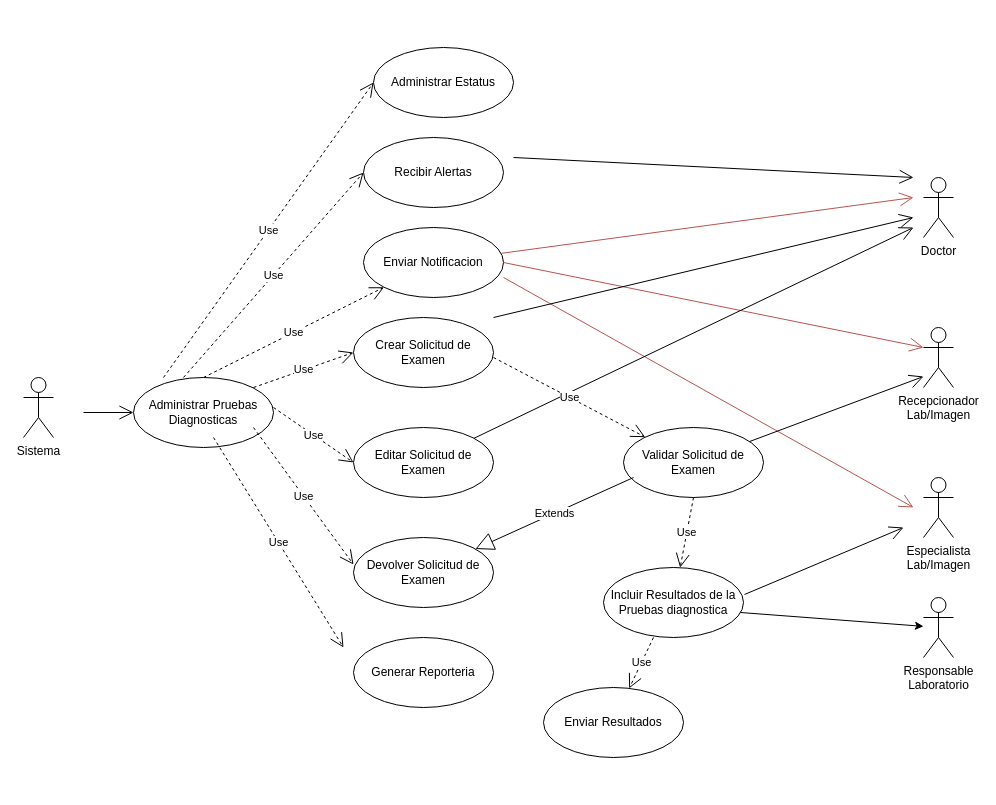
marguello86/Equipo1_MINSA keeps this draw.io diagram as page 4 of 8 of Casos de uso SNH.drawio. Above is the earlier version. Source tidied: cells renumbered, new cells numbered last; positions are measured from the earlier drawing's top-left corner, leaving out a move shared by most shapes. Both pictures are drawn from the tidied source at 100%, with x=0, y=0 at pixel (23, 47).
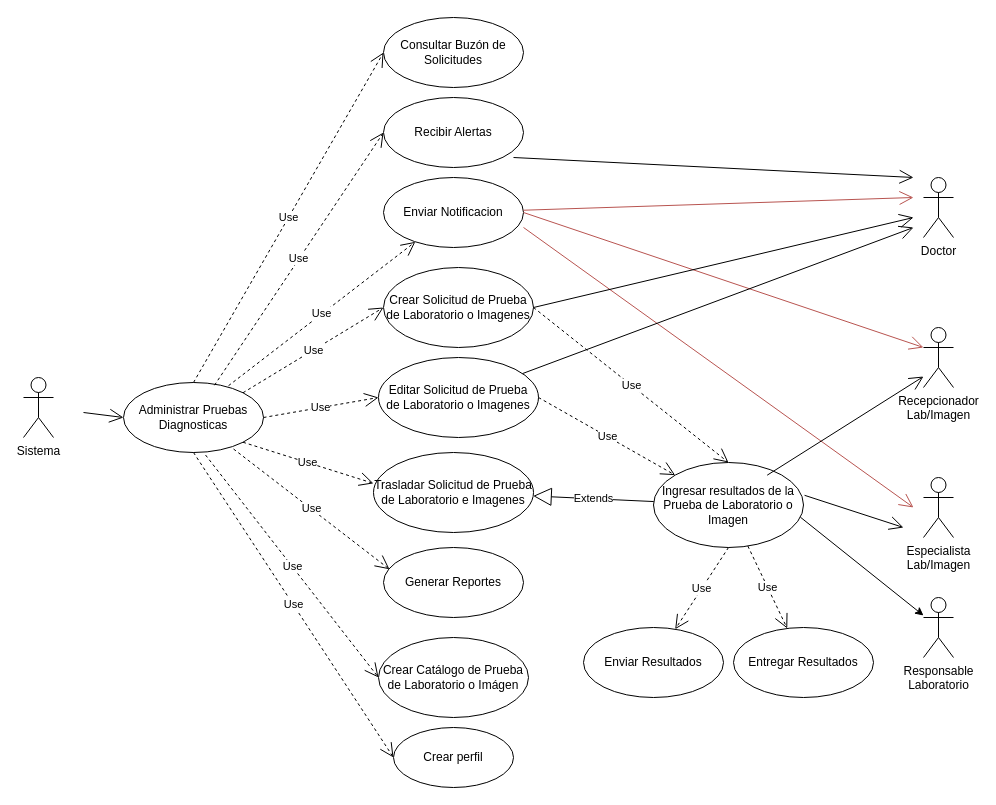
The same page after the edit.

Diff of the diagram source:
```diff
@@
     <mxCell id="6" value="Administrar Pruebas Diagnosticas" style="ellipse;whiteSpace=wrap;html=1;" parent="1" vertex="1">
-      <mxGeometry x="110" y="330" width="140" height="70" as="geometry" />
+      <mxGeometry x="100" y="335" width="140" height="70" as="geometry" />
     </mxCell>
@@
     <mxCell id="8" value="Enviar Notificacion" style="ellipse;whiteSpace=wrap;html=1;" parent="1" vertex="1">
-      <mxGeometry x="340" y="180" width="140" height="70" as="geometry" />
+      <mxGeometry x="360" y="130" width="140" height="70" as="geometry" />
     </mxCell>
-    <mxCell id="9" value="Use" style="endArrow=open;endSize=12;dashed=1;html=1;rounded=0;exitX=0.5;exitY=0;exitDx=0;exitDy=0;" parent="1" edge="1" source="6" target="8">
+    <mxCell id="9" value="Use" style="endArrow=open;endSize=12;dashed=1;html=1;rounded=0;exitX=0.75;exitY=0.046;exitDx=0;exitDy=0;exitPerimeter=0;" parent="1" edge="1" source="6" target="8">
       <mxGeometry relative="1" as="geometry" />
     </mxCell>
@@
-    <mxCell id="13" value="Crear Solicitud de Examen" style="ellipse;whiteSpace=wrap;html=1;" parent="1" vertex="1">
-      <mxGeometry x="330" y="270" width="140" height="70" as="geometry" />
+    <mxCell id="13" value="Crear Solicitud de Prueba de Laboratorio o Imagenes" style="ellipse;whiteSpace=wrap;html=1;" parent="1" vertex="1">
+      <mxGeometry x="360" y="220" width="150" height="80" as="geometry" />
     </mxCell>
-    <mxCell id="14" value="Editar Solicitud de Examen" style="ellipse;whiteSpace=wrap;html=1;" parent="1" vertex="1">
-      <mxGeometry x="330" y="380" width="140" height="70" as="geometry" />
+    <mxCell id="14" value="Editar Solicitud de Prueba de&amp;nbsp;Laboratorio o Imagenes" style="ellipse;whiteSpace=wrap;html=1;" parent="1" vertex="1">
+      <mxGeometry x="355" y="310" width="160" height="80" as="geometry" />
     </mxCell>
-    <mxCell id="15" value="Use" style="endArrow=open;endSize=12;dashed=1;html=1;rounded=0;entryX=0;entryY=0.5;entryDx=0;entryDy=0;" parent="1" edge="1" target="13">
-      <mxGeometry relative="1" as="geometry">
-        <mxPoint x="230" y="340" as="sourcePoint" />
-      </mxGeometry>
+    <mxCell id="15" value="Use" style="endArrow=open;endSize=12;dashed=1;html=1;rounded=0;entryX=0;entryY=0.5;entryDx=0;entryDy=0;exitX=1;exitY=0;exitDx=0;exitDy=0;" parent="1" edge="1" source="6" target="13">
+      <mxGeometry relative="1" as="geometry" />
     </mxCell>
-    <mxCell id="16" value="Use" style="endArrow=open;endSize=12;dashed=1;html=1;rounded=0;entryX=0;entryY=0.5;entryDx=0;entryDy=0;" parent="1" edge="1" target="14">
-      <mxGeometry relative="1" as="geometry">
-        <mxPoint x="250" y="360" as="sourcePoint" />
-      </mxGeometry>
+    <mxCell id="16" value="Use" style="endArrow=open;endSize=12;dashed=1;html=1;rounded=0;entryX=0;entryY=0.5;entryDx=0;entryDy=0;exitX=1;exitY=0.5;exitDx=0;exitDy=0;" parent="1" edge="1" source="6" target="14">
+      <mxGeometry relative="1" as="geometry" />
     </mxCell>
@@
-    <mxCell id="18" style="endArrow=open;endFill=1;endSize=12;html=1;rounded=0;" parent="1" edge="1">
+    <mxCell id="18" style="endArrow=open;endFill=1;endSize=12;html=1;rounded=0;exitX=1;exitY=0.5;exitDx=0;exitDy=0;" parent="1" edge="1" source="13">
       <mxGeometry relative="1" as="geometry">
-        <mxPoint x="470" y="270" as="sourcePoint" />
         <mxPoint x="890" y="170" as="targetPoint" />
       </mxGeometry>
     </mxCell>
-    <mxCell id="19" value="Devolver Solicitud de Examen" style="ellipse;whiteSpace=wrap;html=1;" parent="1" vertex="1">
-      <mxGeometry x="330" y="490" width="140" height="70" as="geometry" />
+    <mxCell id="19" value="Trasladar Solicitud de Prueba de Laboratorio e Imagenes" style="ellipse;whiteSpace=wrap;html=1;" parent="1" vertex="1">
+      <mxGeometry x="350" y="405" width="160" height="80" as="geometry" />
     </mxCell>
-    <mxCell id="20" value="Use" style="endArrow=open;endSize=12;dashed=1;html=1;rounded=0;entryX=0;entryY=0.386;entryDx=0;entryDy=0;entryPerimeter=0;" parent="1" edge="1" target="19">
-      <mxGeometry relative="1" as="geometry">
-        <mxPoint x="230" y="380" as="sourcePoint" />
-      </mxGeometry>
+    <mxCell id="20" value="Use" style="endArrow=open;endSize=12;dashed=1;html=1;rounded=0;entryX=0;entryY=0.386;entryDx=0;entryDy=0;entryPerimeter=0;exitX=1;exitY=1;exitDx=0;exitDy=0;" parent="1" edge="1" source="6" target="19">
+      <mxGeometry relative="1" as="geometry" />
     </mxCell>
-    <mxCell id="21" value="Incluir Resultados de la Pruebas diagnostica" style="ellipse;whiteSpace=wrap;html=1;" parent="1" vertex="1">
-      <mxGeometry x="580" y="520" width="140" height="70" as="geometry" />
+    <mxCell id="21" value="Ingresar resultados de la Prueba de Laboratorio o Imagen" style="ellipse;whiteSpace=wrap;html=1;" parent="1" vertex="1">
+      <mxGeometry x="630" y="415" width="150" height="85" as="geometry" />
     </mxCell>
     <mxCell id="22" value="Enviar Resultados" style="ellipse;whiteSpace=wrap;html=1;" parent="1" vertex="1">
-      <mxGeometry x="520" y="640" width="140" height="70" as="geometry" />
+      <mxGeometry x="560" y="580" width="140" height="70" as="geometry" />
     </mxCell>
-    <mxCell id="23" style="endArrow=open;endFill=1;endSize=12;html=1;rounded=0;" parent="1" edge="1" source="33">
+    <mxCell id="23" style="endArrow=open;endFill=1;endSize=12;html=1;rounded=0;" parent="1" edge="1">
       <mxGeometry relative="1" as="geometry">
+        <mxPoint x="743.7" y="427.7" as="sourcePoint" />
         <mxPoint x="900" y="329" as="targetPoint" />
       </mxGeometry>
     </mxCell>
-    <mxCell id="24" value="Use" style="endArrow=open;endSize=12;dashed=1;html=1;rounded=0;exitX=0.357;exitY=1;exitDx=0;exitDy=0;exitPerimeter=0;" parent="1" edge="1" source="21" target="22">
+    <mxCell id="24" value="Use" style="endArrow=open;endSize=12;dashed=1;html=1;rounded=0;exitX=0.5;exitY=1;exitDx=0;exitDy=0;" parent="1" edge="1" source="21" target="22">
       <mxGeometry relative="1" as="geometry" />
     </mxCell>
@@
-    <mxCell id="26" value="Generar Reporteria" style="ellipse;whiteSpace=wrap;html=1;" parent="1" vertex="1">
-      <mxGeometry x="330" y="590" width="140" height="70" as="geometry" />
+    <mxCell id="26" value="Generar Reportes" style="ellipse;whiteSpace=wrap;html=1;" parent="1" vertex="1">
+      <mxGeometry x="360" y="500" width="140" height="70" as="geometry" />
     </mxCell>
-    <mxCell id="27" value="Use" style="endArrow=open;endSize=12;dashed=1;html=1;rounded=0;" parent="1" edge="1">
-      <mxGeometry relative="1" as="geometry">
-        <mxPoint x="190" y="390" as="sourcePoint" />
-        <mxPoint x="320" y="600" as="targetPoint" />
-      </mxGeometry>
+    <mxCell id="27" value="Use" style="endArrow=open;endSize=12;dashed=1;html=1;rounded=0;entryX=0.043;entryY=0.311;entryDx=0;entryDy=0;entryPerimeter=0;exitX=0.786;exitY=0.95;exitDx=0;exitDy=0;exitPerimeter=0;" parent="1" edge="1" source="6" target="26">
+      <mxGeometry relative="1" as="geometry" />
     </mxCell>
     <mxCell id="28" value="Recibir Alertas" style="ellipse;whiteSpace=wrap;html=1;" parent="1" vertex="1">
-      <mxGeometry x="340" y="90" width="140" height="70" as="geometry" />
+      <mxGeometry x="360" y="50" width="140" height="70" as="geometry" />
     </mxCell>
-    <mxCell id="29" value="Use" style="endArrow=open;endSize=12;dashed=1;html=1;rounded=0;entryX=0;entryY=0.5;entryDx=0;entryDy=0;" parent="1" edge="1" target="28">
-      <mxGeometry relative="1" as="geometry">
-        <mxPoint x="160" y="330" as="sourcePoint" />
-      </mxGeometry>
+    <mxCell id="29" value="Use" style="endArrow=open;endSize=12;dashed=1;html=1;rounded=0;entryX=0;entryY=0.5;entryDx=0;entryDy=0;exitX=0.65;exitY=0.039;exitDx=0;exitDy=0;exitPerimeter=0;" parent="1" edge="1" source="6" target="28">
+      <mxGeometry relative="1" as="geometry" />
     </mxCell>
@@
-    <mxCell id="31" value="Administrar Estatus" style="ellipse;whiteSpace=wrap;html=1;" parent="1" vertex="1">
-      <mxGeometry x="350" width="140" height="70" as="geometry" />
+    <mxCell id="31" value="Consultar Buzón de Solicitudes" style="ellipse;whiteSpace=wrap;html=1;" parent="1" vertex="1">
+      <mxGeometry x="360" y="-30" width="140" height="70" as="geometry" />
     </mxCell>
-    <mxCell id="32" value="Use" style="endArrow=open;endSize=12;dashed=1;html=1;rounded=0;entryX=0;entryY=0.5;entryDx=0;entryDy=0;" parent="1" edge="1" target="31">
-      <mxGeometry relative="1" as="geometry">
-        <mxPoint x="140" y="330" as="sourcePoint" />
-      </mxGeometry>
+    <mxCell id="32" value="Use" style="endArrow=open;endSize=12;dashed=1;html=1;rounded=0;entryX=0;entryY=0.5;entryDx=0;entryDy=0;exitX=0.5;exitY=0;exitDx=0;exitDy=0;" parent="1" edge="1" source="6" target="31">
+      <mxGeometry relative="1" as="geometry" />
     </mxCell>
-    <mxCell id="33" value="Validar Solicitud de Examen" style="ellipse;whiteSpace=wrap;html=1;" parent="1" vertex="1">
-      <mxGeometry x="600" y="380" width="140" height="70" as="geometry" />
-    </mxCell>
-    <mxCell id="34" value="Use" style="endArrow=open;endSize=12;dashed=1;html=1;rounded=0;" parent="1" edge="1" target="33">
-      <mxGeometry relative="1" as="geometry">
-        <mxPoint x="470" y="310" as="sourcePoint" />
-      </mxGeometry>
+    <mxCell id="34" value="Use" style="endArrow=open;endSize=12;dashed=1;html=1;rounded=0;exitX=1;exitY=0.5;exitDx=0;exitDy=0;entryX=0.5;entryY=0;entryDx=0;entryDy=0;" parent="1" edge="1" source="13" target="21">
+      <mxGeometry relative="1" as="geometry" />
     </mxCell>
-    <mxCell id="35" value="Extends" style="endArrow=block;endSize=16;endFill=0;html=1;rounded=0;" parent="1" edge="1" target="19">
-      <mxGeometry relative="1" as="geometry">
-        <mxPoint x="610" y="430" as="sourcePoint" />
-      </mxGeometry>
+    <mxCell id="35" value="Extends" style="endArrow=block;endSize=16;endFill=0;html=1;rounded=0;" parent="1" edge="1" source="21" target="19">
+      <mxGeometry relative="1" as="geometry" />
     </mxCell>
-    <mxCell id="36" value="Use" style="endArrow=open;endSize=12;dashed=1;html=1;rounded=0;" parent="1" edge="1" target="21">
-      <mxGeometry relative="1" as="geometry">
-        <mxPoint x="670" y="450" as="sourcePoint" />
-      </mxGeometry>
-    </mxCell>
@@
+    <mxCell id="39" value="Crear Catálogo de Prueba de Laboratorio o Imágen" style="ellipse;whiteSpace=wrap;html=1;" parent="1" vertex="1">
+      <mxGeometry x="355" y="590" width="150" height="80" as="geometry" />
+    </mxCell>
+    <mxCell id="40" value="Crear perfil" style="ellipse;whiteSpace=wrap;html=1;" parent="1" vertex="1">
+      <mxGeometry x="370" y="680" width="120" height="60" as="geometry" />
+    </mxCell>
+    <mxCell id="41" value="Use" style="endArrow=open;endSize=12;dashed=1;html=1;rounded=0;entryX=0;entryY=0.5;entryDx=0;entryDy=0;exitX=0.586;exitY=1.036;exitDx=0;exitDy=0;exitPerimeter=0;" parent="1" edge="1" source="6" target="39">
+      <mxGeometry relative="1" as="geometry" />
+    </mxCell>
+    <mxCell id="42" value="Use" style="endArrow=open;endSize=12;dashed=1;html=1;rounded=0;entryX=0;entryY=0.5;entryDx=0;entryDy=0;exitX=0.5;exitY=1;exitDx=0;exitDy=0;" parent="1" edge="1" source="6" target="40">
+      <mxGeometry relative="1" as="geometry" />
+    </mxCell>
+    <mxCell id="43" value="Use" style="endArrow=open;endSize=12;dashed=1;html=1;rounded=0;exitX=1;exitY=0.5;exitDx=0;exitDy=0;entryX=0;entryY=0;entryDx=0;entryDy=0;" parent="1" edge="1" source="14" target="21">
+      <mxGeometry relative="1" as="geometry" />
+    </mxCell>
+    <mxCell id="44" value="Entregar Resultados" style="ellipse;whiteSpace=wrap;html=1;" parent="1" vertex="1">
+      <mxGeometry x="710" y="580" width="140" height="70" as="geometry" />
+    </mxCell>
+    <mxCell id="36" value="Use" style="endArrow=open;endSize=12;dashed=1;html=1;rounded=0;" parent="1" edge="1" source="21" target="44">
+      <mxGeometry relative="1" as="geometry" />
+    </mxCell>
```
